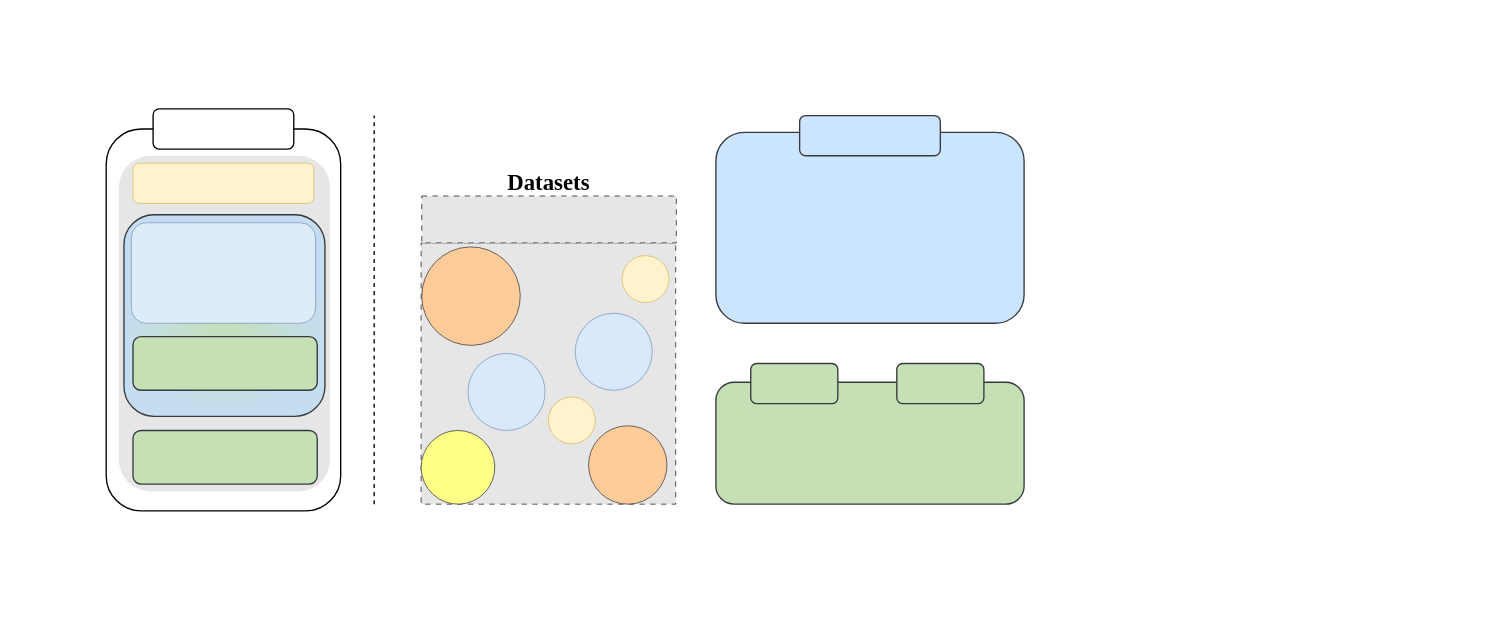
Before: 微调.drawio in Ayo616/YanTrade, a draw.io diagram. Source tidied: cells renumbered, new cells numbered last; positions are measured from the earlier drawing's top-left corner, leaving out a move shared by most shapes. Both pictures are drawn from the tidied source at 67%, with x=0, y=0 at pixel (106, 109).
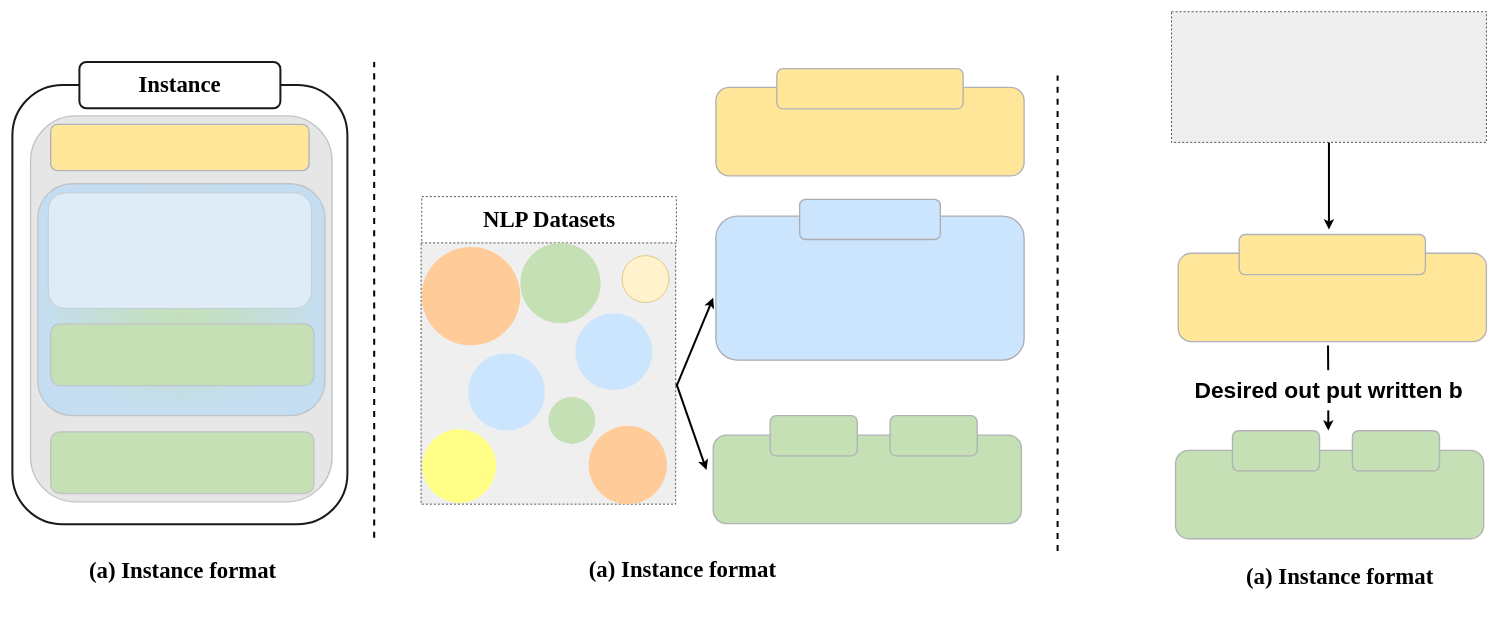
The same diagram, later.

Diff of the diagram source:
```diff
@@
-    <mxCell id="2" style="rounded=1;whiteSpace=wrap;html=1;strokeWidth=2;" parent="1" vertex="1">
-      <mxGeometry y="30" width="350" height="570" as="geometry" />
-    </mxCell>
-    <mxCell id="3" style="rounded=1;whiteSpace=wrap;html=1;strokeWidth=2;fillColor=#E7E6E6;strokeColor=none;" parent="1" vertex="1">
-      <mxGeometry x="19" y="70" width="315" height="501" as="geometry" />
-    </mxCell>
+    <mxCell id="26" style="edgeStyle=orthogonalEdgeStyle;rounded=0;orthogonalLoop=1;jettySize=auto;html=1;strokeWidth=3;endArrow=classic;endFill=1;" parent="1" edge="1">
+      <mxGeometry relative="1" as="geometry">
+        <mxPoint x="1823.6" y="353" as="sourcePoint" />
+        <mxPoint x="1824" y="480" as="targetPoint" />
+      </mxGeometry>
+    </mxCell>
+    <mxCell id="25" style="whiteSpace=wrap;html=1;dashed=1;strokeWidth=1;fillColor=none;" parent="1" vertex="1">
+      <mxGeometry x="471" y="131" width="380" height="70" as="geometry" />
+    </mxCell>
-    <mxCell id="4" style="rounded=1;whiteSpace=wrap;html=1;strokeWidth=2;fillColor=#cce5ff;strokeColor=#36393d;" parent="1" vertex="1">
-      <mxGeometry x="910" y="35" width="460" height="285" as="geometry" />
+    <mxCell id="4" style="rounded=1;whiteSpace=wrap;html=1;strokeWidth=2;fillColor=#cce5ff;strokeColor=#adacae;" parent="1" vertex="1">
+      <mxGeometry x="910" y="160" width="460" height="215" as="geometry" />
     </mxCell>
-    <mxCell id="5" style="whiteSpace=wrap;html=1;dashed=1;strokeWidth=1;dashPattern=8 8;fillColor=#e7e6e6;" parent="1" vertex="1">
+    <mxCell id="5" style="whiteSpace=wrap;html=1;dashed=1;strokeWidth=1;fillColor=#F0EFEF;" parent="1" vertex="1">
       <mxGeometry x="470" y="200" width="380" height="390" as="geometry" />
     </mxCell>
-    <mxCell id="6" style="rounded=1;whiteSpace=wrap;html=1;strokeWidth=2;" parent="1" vertex="1">
-      <mxGeometry x="70" width="210" height="60" as="geometry" />
-    </mxCell>
-    <mxCell id="7" style="rounded=1;whiteSpace=wrap;html=1;fillColor=#fff2cc;strokeColor=#d6b656;" parent="1" vertex="1">
-      <mxGeometry x="40" y="81" width="270" height="60" as="geometry" />
-    </mxCell>
-    <mxCell id="8" style="whiteSpace=wrap;html=1;fillColor=#c4e0b4;strokeColor=#36393d;gradientColor=#c5ddf1;gradientDirection=radial;rounded=1;strokeWidth=2;" parent="1" vertex="1">
-      <mxGeometry x="26.5" y="158" width="300" height="301" as="geometry" />
-    </mxCell>
-    <mxCell id="9" style="rounded=1;whiteSpace=wrap;html=1;fillColor=#ddecf7;strokeColor=#6c8ebf;" parent="1" vertex="1">
-      <mxGeometry x="37.5" y="170" width="275" height="150" as="geometry" />
-    </mxCell>
-    <mxCell id="10" style="rounded=1;whiteSpace=wrap;html=1;fillColor=#c4e0b4;strokeColor=#36393d;strokeWidth=2;" parent="1" vertex="1">
-      <mxGeometry x="40" y="340" width="275" height="80" as="geometry" />
-    </mxCell>
-    <mxCell id="11" style="rounded=1;whiteSpace=wrap;html=1;fillColor=#c4e0b4;strokeColor=#36393d;strokeWidth=2;" parent="1" vertex="1">
-      <mxGeometry x="40" y="480" width="275" height="80" as="geometry" />
-    </mxCell>
-    <mxCell id="12" style="ellipse;whiteSpace=wrap;html=1;fillColor=#ffcc99;strokeColor=#36393d;rotation=212;" parent="1" vertex="1">
+    <mxCell id="12" style="ellipse;whiteSpace=wrap;html=1;fillColor=#ffcc99;strokeColor=none;rotation=212;" parent="1" vertex="1">
       <mxGeometry x="471" y="206" width="147" height="147" as="geometry" />
     </mxCell>
-    <mxCell id="13" style="endArrow=none;dashed=1;html=1;rounded=0;strokeWidth=2;" parent="1" edge="1">
+    <mxCell id="13" style="endArrow=none;dashed=1;html=1;rounded=0;strokeWidth=3;" parent="1" edge="1">
       <mxGeometry relative="1" as="geometry">
-        <mxPoint x="400" y="590" as="sourcePoint" />
-        <mxPoint x="400" y="10" as="targetPoint" />
+        <mxPoint x="400" y="640" as="sourcePoint" />
+        <mxPoint x="400" y="-70" as="targetPoint" />
       </mxGeometry>
     </mxCell>
-    <mxCell id="14" style="ellipse;whiteSpace=wrap;html=1;fillColor=#fff2cc;strokeColor=#d6b656;" parent="1" vertex="1">
+    <mxCell id="14" style="ellipse;whiteSpace=wrap;html=1;fillColor=#c4e0b4;strokeColor=none;" parent="1" vertex="1">
       <mxGeometry x="660" y="430" width="70" height="70" as="geometry" />
     </mxCell>
-    <mxCell id="15" style="ellipse;whiteSpace=wrap;html=1;fillColor=#dae8fc;strokeColor=#6c8ebf;" parent="1" vertex="1">
+    <mxCell id="15" style="ellipse;whiteSpace=wrap;html=1;fillColor=#cce5ff;strokeColor=none;" parent="1" vertex="1">
       <mxGeometry x="700" y="305" width="115" height="115" as="geometry" />
     </mxCell>
-    <mxCell id="16" style="ellipse;whiteSpace=wrap;html=1;fillColor=#ffff88;strokeColor=#36393d;rotation=212;" parent="1" vertex="1">
-      <mxGeometry x="470" y="480" width="110" height="110" as="geometry" />
+    <mxCell id="16" style="ellipse;whiteSpace=wrap;html=1;fillColor=#ffff88;strokeColor=none;rotation=212;" parent="1" vertex="1">
+      <mxGeometry x="472" y="478" width="110" height="110" as="geometry" />
     </mxCell>
-    <mxCell id="17" style="ellipse;whiteSpace=wrap;html=1;fillColor=#dae8fc;strokeColor=#6c8ebf;" parent="1" vertex="1">
+    <mxCell id="17" style="ellipse;whiteSpace=wrap;html=1;fillColor=#cce5ff;strokeColor=none;" parent="1" vertex="1">
       <mxGeometry x="540" y="365" width="115" height="115" as="geometry" />
     </mxCell>
@@
-    <mxCell id="19" style="ellipse;whiteSpace=wrap;html=1;fillColor=#ffcc99;strokeColor=#36393d;rotation=212;" parent="1" vertex="1">
+    <mxCell id="19" style="ellipse;whiteSpace=wrap;html=1;fillColor=#ffcc99;strokeColor=none;rotation=212;" parent="1" vertex="1">
       <mxGeometry x="720" y="473" width="117" height="117" as="geometry" />
     </mxCell>
-    <mxCell id="20" value="&lt;font style=&quot;font-size: 34px;&quot; face=&quot;Times New Roman&quot;&gt;Datasets&lt;/font&gt;" style="text;strokeColor=none;fillColor=none;html=1;fontSize=24;fontStyle=1;verticalAlign=middle;align=center;" parent="1" vertex="1">
-      <mxGeometry x="560" y="71" width="200" height="80" as="geometry" />
+    <mxCell id="20" value="&lt;font style=&quot;font-size: 34px;&quot; face=&quot;Times New Roman&quot;&gt;(a) Instance format&lt;/font&gt;" style="text;strokeColor=none;fillColor=none;html=1;fontSize=24;fontStyle=1;verticalAlign=middle;align=center;" parent="1" vertex="1">
+      <mxGeometry x="-46.4" y="640" width="320" height="100" as="geometry" />
     </mxCell>
-    <mxCell id="21" style="rounded=1;whiteSpace=wrap;html=1;strokeWidth=2;fillColor=#cce5ff;strokeColor=#36393d;" parent="1" vertex="1">
-      <mxGeometry x="1035" y="10" width="210" height="60" as="geometry" />
+    <mxCell id="21" style="rounded=1;whiteSpace=wrap;html=1;strokeWidth=2;fillColor=#cce5ff;strokeColor=#adacae;" parent="1" vertex="1">
+      <mxGeometry x="1035" y="135" width="210" height="60" as="geometry" />
     </mxCell>
-    <mxCell id="22" style="rounded=1;whiteSpace=wrap;html=1;strokeWidth=2;fillColor=#c4e0b4;strokeColor=#36393d;" parent="1" vertex="1">
-      <mxGeometry x="910" y="408" width="460" height="182" as="geometry" />
+    <mxCell id="22" style="rounded=1;whiteSpace=wrap;html=1;strokeWidth=2;fillColor=#c4e0b4;strokeColor=#b1b2b6;" parent="1" vertex="1">
+      <mxGeometry x="906" y="487" width="460" height="132" as="geometry" />
     </mxCell>
-    <mxCell id="23" style="rounded=1;whiteSpace=wrap;html=1;strokeWidth=2;fillColor=#c4e0b4;strokeColor=#36393d;" parent="1" vertex="1">
-      <mxGeometry x="962" y="380" width="130" height="60" as="geometry" />
+    <mxCell id="23" style="rounded=1;whiteSpace=wrap;html=1;strokeWidth=2;fillColor=#c4e0b4;strokeColor=#b1b2b6;" parent="1" vertex="1">
+      <mxGeometry x="991" y="457.9" width="130" height="60" as="geometry" />
     </mxCell>
-    <mxCell id="24" style="rounded=1;whiteSpace=wrap;html=1;strokeWidth=2;fillColor=#c4e0b4;strokeColor=#36393d;" parent="1" vertex="1">
-      <mxGeometry x="1180" y="380" width="130" height="60" as="geometry" />
+    <mxCell id="24" style="rounded=1;whiteSpace=wrap;html=1;strokeWidth=2;fillColor=#c4e0b4;strokeColor=#b1b2b6;" parent="1" vertex="1">
+      <mxGeometry x="1170" y="457.9" width="130" height="60" as="geometry" />
     </mxCell>
-    <mxCell id="25" style="whiteSpace=wrap;html=1;dashed=1;strokeWidth=1;dashPattern=8 8;fillColor=#e7e6e6;" parent="1" vertex="1">
-      <mxGeometry x="471" y="130" width="380" height="70" as="geometry" />
-    </mxCell>
+    <mxCell id="27" style="rounded=1;whiteSpace=wrap;html=1;strokeWidth=2;fillColor=#ffe698;strokeColor=#b1b2b6;" parent="1" vertex="1">
+      <mxGeometry x="910" y="-32" width="460" height="132" as="geometry" />
+    </mxCell>
+    <mxCell id="28" style="rounded=1;whiteSpace=wrap;html=1;strokeWidth=2;fillColor=#ffe698;strokeColor=#b1b2b6;" parent="1" vertex="1">
+      <mxGeometry x="1001" y="-60" width="278" height="60" as="geometry" />
+    </mxCell>
+    <mxCell id="2" style="rounded=1;whiteSpace=wrap;html=1;strokeWidth=3;strokeColor=#1A1A1A;" parent="1" vertex="1">
+      <mxGeometry x="-140" y="-35.5" width="500" height="655.5" as="geometry" />
+    </mxCell>
+    <mxCell id="3" style="rounded=1;whiteSpace=wrap;html=1;strokeWidth=2;fillColor=#E7E6E6;strokeColor=#bfc4c8;" parent="1" vertex="1">
+      <mxGeometry x="-112.9" y="10.5" width="450" height="576.1" as="geometry" />
+    </mxCell>
+    <mxCell id="6" value="&lt;font size=&quot;1&quot; face=&quot;Times New Roman&quot; style=&quot;&quot;&gt;&lt;b style=&quot;font-size: 34px;&quot;&gt;Instance&lt;/b&gt;&lt;/font&gt;" style="rounded=1;whiteSpace=wrap;html=1;strokeWidth=3;strokeColor=#1A1A1A;" parent="1" vertex="1">
+      <mxGeometry x="-40" y="-70" width="300" height="69" as="geometry" />
+    </mxCell>
+    <mxCell id="7" style="rounded=1;whiteSpace=wrap;html=1;fillColor=#ffe698;strokeColor=#b1b2b6;strokeWidth=2;" parent="1" vertex="1">
+      <mxGeometry x="-82.9" y="23.1" width="385.7" height="69" as="geometry" />
+    </mxCell>
+    <mxCell id="8" style="whiteSpace=wrap;html=1;fillColor=#c4e0b4;strokeColor=#bfc4c8;gradientColor=#c5ddf1;gradientDirection=radial;rounded=1;strokeWidth=2;" parent="1" vertex="1">
+      <mxGeometry x="-102.1" y="111.7" width="428.6" height="346.1" as="geometry" />
+    </mxCell>
+    <mxCell id="9" style="rounded=1;whiteSpace=wrap;html=1;fillColor=#ddecf7;strokeColor=#bfc4c8;" parent="1" vertex="1">
+      <mxGeometry x="-86.4" y="125.5" width="392.9" height="172.5" as="geometry" />
+    </mxCell>
+    <mxCell id="10" style="rounded=1;whiteSpace=wrap;html=1;fillColor=#c4e0b4;strokeColor=#bfc4c8;strokeWidth=2;" parent="1" vertex="1">
+      <mxGeometry x="-82.9" y="321" width="392.9" height="92" as="geometry" />
+    </mxCell>
+    <mxCell id="11" style="rounded=1;whiteSpace=wrap;html=1;fillColor=#c4e0b4;strokeColor=#bfc4c8;strokeWidth=2;" parent="1" vertex="1">
+      <mxGeometry x="-82.9" y="482" width="392.9" height="92" as="geometry" />
+    </mxCell>
+    <mxCell id="29" style="endArrow=none;dashed=1;html=1;rounded=0;strokeWidth=3;" parent="1" edge="1">
+      <mxGeometry relative="1" as="geometry">
+        <mxPoint x="1420" y="660" as="sourcePoint" />
+        <mxPoint x="1420" y="-50" as="targetPoint" />
+      </mxGeometry>
+    </mxCell>
+    <mxCell id="30" value="&lt;font style=&quot;font-size: 34px;&quot; face=&quot;Times New Roman&quot;&gt;(a) Instance format&lt;/font&gt;" style="text;strokeColor=none;fillColor=none;html=1;fontSize=24;fontStyle=1;verticalAlign=middle;align=center;" parent="1" vertex="1">
+      <mxGeometry x="700" y="638" width="320" height="100" as="geometry" />
+    </mxCell>
+    <mxCell id="31" value="&lt;font style=&quot;font-size: 34px;&quot; face=&quot;Times New Roman&quot;&gt;NLP Datasets&lt;/font&gt;" style="text;strokeColor=none;fillColor=none;html=1;fontSize=24;fontStyle=1;verticalAlign=middle;align=center;" parent="1" vertex="1">
+      <mxGeometry x="501" y="116" width="320" height="100" as="geometry" />
+    </mxCell>
+    <mxCell id="32" style="endArrow=classic;html=1;rounded=0;entryX=0.043;entryY=0.977;entryDx=0;entryDy=0;entryPerimeter=0;exitX=1.003;exitY=0.549;exitDx=0;exitDy=0;exitPerimeter=0;strokeWidth=3;" parent="1" edge="1" source="5">
+      <mxGeometry relative="1" as="geometry">
+        <mxPoint x="906" y="282" as="targetPoint" />
+      </mxGeometry>
+    </mxCell>
+    <mxCell id="33" style="endArrow=classic;html=1;rounded=0;entryX=0;entryY=0.5;entryDx=0;entryDy=0;exitX=1.003;exitY=0.549;exitDx=0;exitDy=0;exitPerimeter=0;strokeWidth=3;" parent="1" edge="1">
+      <mxGeometry relative="1" as="geometry">
+        <mxPoint x="851" y="410" as="sourcePoint" />
+        <mxPoint x="896" y="539" as="targetPoint" />
+      </mxGeometry>
+    </mxCell>
+    <mxCell id="34" style="ellipse;whiteSpace=wrap;html=1;fillColor=#c4e0b4;strokeColor=none;" parent="1" vertex="1">
+      <mxGeometry x="618" y="200" width="120" height="120" as="geometry" />
+    </mxCell>
+    <mxCell id="35" style="edgeStyle=orthogonalEdgeStyle;rounded=0;jettySize=auto;html=1;strokeWidth=3;endArrow=classic;endFill=1;" parent="1" edge="1" source="36">
+      <mxGeometry relative="1" as="geometry">
+        <mxPoint x="1825" y="180" as="targetPoint" />
+      </mxGeometry>
+    </mxCell>
+    <mxCell id="36" style="whiteSpace=wrap;html=1;dashed=1;strokeWidth=1;fillColor=#F0EFEF;" parent="1" vertex="1">
+      <mxGeometry x="1590" y="-145" width="470" height="195" as="geometry" />
+    </mxCell>
+    <mxCell id="37" style="rounded=1;whiteSpace=wrap;html=1;strokeWidth=2;fillColor=#ffe698;strokeColor=#b1b2b6;" parent="1" vertex="1">
+      <mxGeometry x="1600" y="215.5" width="460" height="132" as="geometry" />
+    </mxCell>
+    <mxCell id="38" style="rounded=1;whiteSpace=wrap;html=1;strokeWidth=2;fillColor=#ffe698;strokeColor=#b1b2b6;" parent="1" vertex="1">
+      <mxGeometry x="1691" y="187.5" width="278" height="60" as="geometry" />
+    </mxCell>
+    <mxCell id="39" style="rounded=1;whiteSpace=wrap;html=1;strokeWidth=2;fillColor=#c4e0b4;strokeColor=#b1b2b6;" parent="1" vertex="1">
+      <mxGeometry x="1596" y="509.6" width="460" height="132" as="geometry" />
+    </mxCell>
+    <mxCell id="40" style="rounded=1;whiteSpace=wrap;html=1;strokeWidth=2;fillColor=#c4e0b4;strokeColor=#b1b2b6;" parent="1" vertex="1">
+      <mxGeometry x="1681" y="480.4" width="130" height="60" as="geometry" />
+    </mxCell>
+    <mxCell id="41" style="rounded=1;whiteSpace=wrap;html=1;strokeWidth=2;fillColor=#c4e0b4;strokeColor=#b1b2b6;" parent="1" vertex="1">
+      <mxGeometry x="1860" y="480.4" width="130" height="60" as="geometry" />
+    </mxCell>
+    <mxCell id="42" value="&lt;font style=&quot;font-size: 34px;&quot;&gt;&lt;b&gt;Desired out put written b&lt;/b&gt;&lt;/font&gt;" style="rounded=0;whiteSpace=wrap;html=1;strokeColor=none;" parent="1" vertex="1">
+      <mxGeometry x="1607" y="390" width="436" height="60" as="geometry" />
+    </mxCell>
+    <mxCell id="43" value="&lt;font style=&quot;font-size: 34px;&quot; face=&quot;Times New Roman&quot;&gt;(a) Instance format&lt;/font&gt;" style="text;strokeColor=none;fillColor=none;html=1;fontSize=24;fontStyle=1;verticalAlign=middle;align=center;" parent="1" vertex="1">
+      <mxGeometry x="1681" y="648" width="320" height="100" as="geometry" />
+    </mxCell>
```
